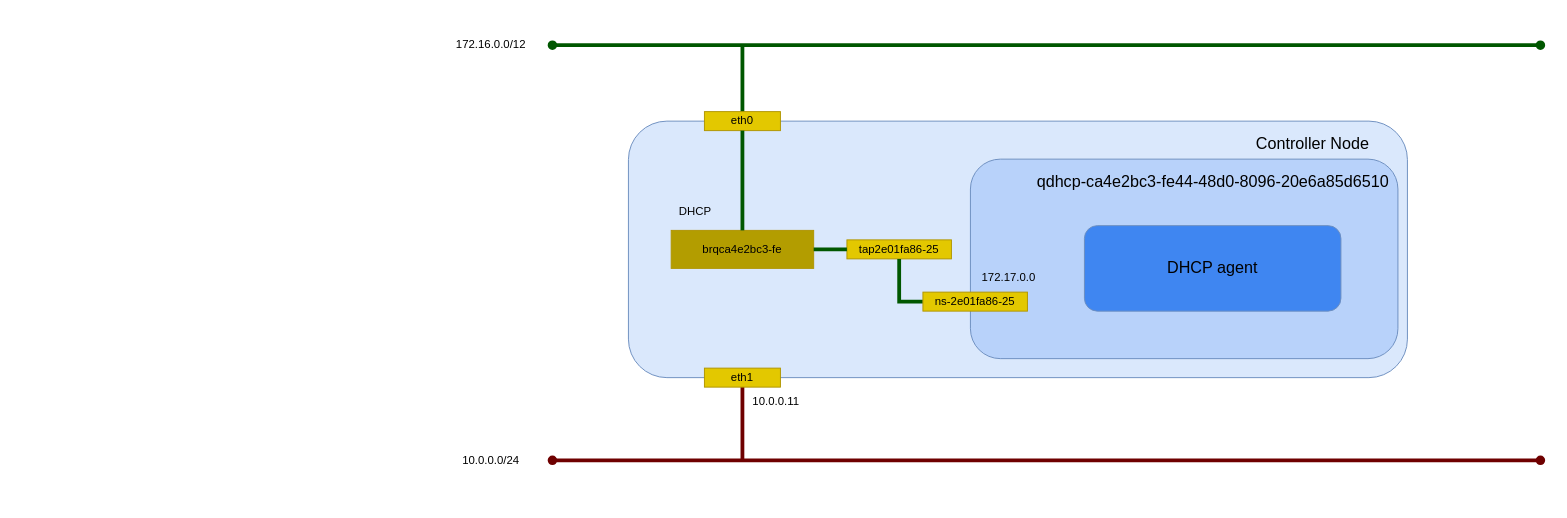
Earlier version of the draw.io diagram _static/image/network_flat_dhcpagent_linuxbridge.drawio (9506hqwy/openstack_study_notes). Source tidied: cells renumbered, new cells numbered last; positions are measured from the earlier drawing's top-left corner, leaving out a move shared by most shapes. Both pictures are drawn from the tidied source at 95%, with x=0, y=0 at pixel (443, 29).
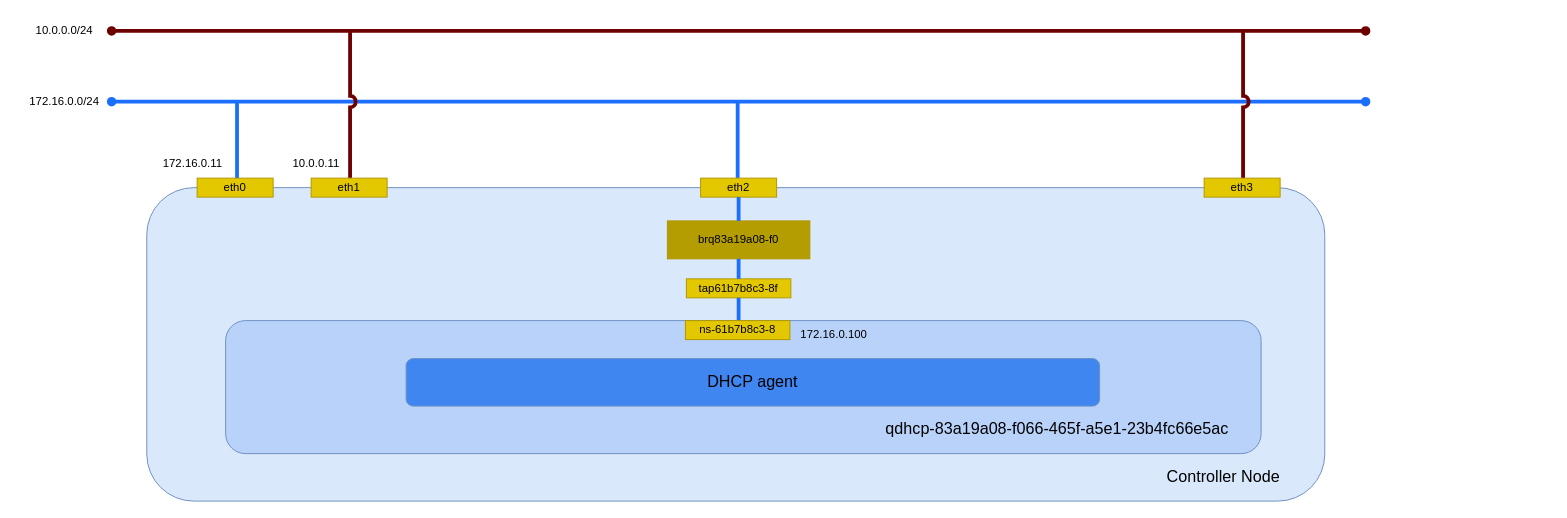
The same page after the edit.

What changed in the source:
```diff
@@
-    <mxCell id="2" style="endArrow=oval;html=1;rounded=0;startArrow=oval;startFill=1;endFill=1;strokeWidth=4;fillColor=#a20025;strokeColor=#6F0000;" parent="1" edge="1">
-      <mxGeometry relative="1" as="geometry">
-        <mxPoint x="115" y="453" as="sourcePoint" />
-        <mxPoint x="1155" y="453" as="targetPoint" />
-      </mxGeometry>
-    </mxCell>
-    <mxCell id="3" style="endArrow=oval;html=1;rounded=0;startArrow=oval;startFill=1;endFill=1;strokeWidth=4;fillColor=#008a00;strokeColor=#005700;" parent="1" edge="1">
-      <mxGeometry relative="1" as="geometry">
-        <mxPoint x="115" y="16" as="sourcePoint" />
-        <mxPoint x="1155" y="16" as="targetPoint" />
-      </mxGeometry>
-    </mxCell>
-    <mxCell id="4" value="172.16.0.0/12" style="text;html=1;align=center;verticalAlign=middle;strokeColor=none;fillColor=none;" parent="1" vertex="1">
-      <mxGeometry width="100" height="30" as="geometry" />
-    </mxCell>
+    <mxCell id="26" style="endArrow=oval;html=1;rounded=0;startArrow=oval;startFill=1;endFill=1;strokeWidth=4;fillColor=#a20025;strokeColor=#6F0000;" parent="1" edge="1">
+      <mxGeometry relative="1" as="geometry">
+        <mxPoint x="-349" y="1" as="sourcePoint" />
+        <mxPoint x="971" y="1" as="targetPoint" />
+      </mxGeometry>
+    </mxCell>
     <mxCell id="5" value="10.0.0.0/24" style="text;html=1;align=center;verticalAlign=middle;strokeColor=none;fillColor=none;" parent="1" vertex="1">
-      <mxGeometry x="10" y="438" width="80" height="30" as="geometry" />
+      <mxGeometry x="-439" y="-14" width="80" height="30" as="geometry" />
     </mxCell>
-    <mxCell id="6" style="endArrow=none;html=1;rounded=0;startArrow=none;startFill=0;endFill=0;strokeWidth=4;fillColor=#008a00;strokeColor=#005700;exitX=0.5;exitY=1;exitDx=0;exitDy=0;" parent="1" edge="1">
-      <mxGeometry relative="1" as="geometry">
-        <mxPoint x="315" y="16" as="sourcePoint" />
-        <mxPoint x="315" y="96" as="targetPoint" />
-      </mxGeometry>
-    </mxCell>
-    <mxCell id="7" style="endArrow=none;html=1;rounded=0;startArrow=none;startFill=0;endFill=0;strokeWidth=4;fillColor=#a20025;strokeColor=#6F0000;exitX=0.5;exitY=1;exitDx=0;exitDy=0;" parent="1" edge="1">
-      <mxGeometry relative="1" as="geometry">
-        <mxPoint x="315" y="373" as="sourcePoint" />
-        <mxPoint x="315" y="453" as="targetPoint" />
-      </mxGeometry>
-    </mxCell>
+    <mxCell id="27" style="endArrow=oval;html=1;rounded=0;startArrow=oval;startFill=1;endFill=1;strokeWidth=4;fillColor=#a20025;strokeColor=#1C6EFF;" parent="1" edge="1">
+      <mxGeometry relative="1" as="geometry">
+        <mxPoint x="-349" y="75.5" as="sourcePoint" />
+        <mxPoint x="971" y="75.5" as="targetPoint" />
+      </mxGeometry>
+    </mxCell>
+    <mxCell id="28" value="172.16.0.0/24" style="text;html=1;align=center;verticalAlign=middle;strokeColor=none;fillColor=none;" parent="1" vertex="1">
+      <mxGeometry x="-449" y="61" width="100" height="30" as="geometry" />
+    </mxCell>
+    <mxCell id="29" style="endArrow=none;html=1;rounded=0;startArrow=none;startFill=0;endFill=0;strokeWidth=4;fillColor=#a20025;strokeColor=#1C6EFF;jumpStyle=arc;" parent="1" edge="1">
+      <mxGeometry relative="1" as="geometry">
+        <mxPoint x="-217" y="76" as="sourcePoint" />
+        <mxPoint x="-217" y="156" as="targetPoint" />
+      </mxGeometry>
+    </mxCell>
+    <mxCell id="30" style="endArrow=none;html=1;rounded=0;startArrow=none;startFill=0;endFill=0;strokeWidth=4;fillColor=#a20025;strokeColor=#1C6EFF;jumpStyle=arc;" parent="1" edge="1">
+      <mxGeometry relative="1" as="geometry">
+        <mxPoint x="310" y="76" as="sourcePoint" />
+        <mxPoint x="310" y="156" as="targetPoint" />
+      </mxGeometry>
+    </mxCell>
+    <mxCell id="31" style="endArrow=none;html=1;rounded=0;startArrow=none;startFill=0;endFill=0;strokeWidth=4;fillColor=#a20025;strokeColor=#6F0000;jumpStyle=arc;" parent="1" edge="1">
+      <mxGeometry relative="1" as="geometry">
+        <mxPoint x="842" y="2" as="sourcePoint" />
+        <mxPoint x="842" y="156" as="targetPoint" />
+      </mxGeometry>
+    </mxCell>
+    <mxCell id="32" style="endArrow=none;html=1;rounded=0;startArrow=none;startFill=0;endFill=0;strokeWidth=4;fillColor=#a20025;strokeColor=#6F0000;jumpStyle=arc;" parent="1" edge="1">
+      <mxGeometry relative="1" as="geometry">
+        <mxPoint x="-98" as="sourcePoint" />
+        <mxPoint x="-98" y="156" as="targetPoint" />
+      </mxGeometry>
+    </mxCell>
@@
-    <mxCell id="9" style="rounded=1;whiteSpace=wrap;html=1;fillColor=#dae8fc;strokeColor=#6c8ebf;align=center;horizontal=1;" parent="8" vertex="1">
-      <mxGeometry x="195" y="96" width="820" height="270" as="geometry" />
-    </mxCell>
+    <mxCell id="33" style="rounded=1;whiteSpace=wrap;html=1;fillColor=#dae8fc;strokeColor=#6c8ebf;" parent="8" vertex="1">
+      <mxGeometry x="-312" y="166" width="1240" height="330" as="geometry" />
+    </mxCell>
     <mxCell id="10" value="eth1" style="rounded=0;whiteSpace=wrap;html=1;fillColor=#e3c800;fontColor=#000000;strokeColor=#B09500;" parent="8" vertex="1">
-      <mxGeometry x="275" y="356" width="80" height="20" as="geometry" />
+      <mxGeometry x="-139" y="156" width="80" height="20" as="geometry" />
     </mxCell>
     <mxCell id="11" value="eth0" style="rounded=0;whiteSpace=wrap;html=1;fillColor=#e3c800;fontColor=#000000;strokeColor=#B09500;" parent="8" vertex="1">
-      <mxGeometry x="275" y="86" width="80" height="20" as="geometry" />
+      <mxGeometry x="-259" y="156" width="80" height="20" as="geometry" />
     </mxCell>
+    <mxCell id="34" value="172.16.0.11" style="text;html=1;align=center;verticalAlign=middle;strokeColor=none;fillColor=none;" parent="8" vertex="1">
+      <mxGeometry x="-309" y="126" width="90" height="30" as="geometry" />
+    </mxCell>
+    <mxCell id="35" value="eth2" style="rounded=0;whiteSpace=wrap;html=1;fillColor=#e3c800;fontColor=#000000;strokeColor=#B09500;" parent="8" vertex="1">
+      <mxGeometry x="271" y="156" width="80" height="20" as="geometry" />
+    </mxCell>
+    <mxCell id="36" value="&lt;div&gt;eth3&lt;/div&gt;" style="rounded=0;whiteSpace=wrap;html=1;fillColor=#e3c800;fontColor=#000000;strokeColor=#B09500;" parent="8" vertex="1">
+      <mxGeometry x="801" y="156" width="80" height="20" as="geometry" />
+    </mxCell>
     <mxCell id="12" value="10.0.0.11" style="text;html=1;align=center;verticalAlign=middle;strokeColor=none;fillColor=none;" parent="8" vertex="1">
-      <mxGeometry x="315" y="376" width="70" height="30" as="geometry" />
+      <mxGeometry x="-169" y="126" width="70" height="30" as="geometry" />
     </mxCell>
-    <mxCell id="13" value="DHCP" style="text;html=1;align=center;verticalAlign=middle;strokeColor=none;fillColor=none;" parent="8" vertex="1">
-      <mxGeometry x="235" y="176" width="60" height="30" as="geometry" />
-    </mxCell>
     <mxCell id="14" value="&lt;font style=&quot;font-size: 17px;&quot;&gt;Controller Node&lt;/font&gt;" style="text;html=1;align=center;verticalAlign=middle;strokeColor=none;fillColor=none;" parent="8" vertex="1">
-      <mxGeometry x="845" y="106" width="140" height="30" as="geometry" />
+      <mxGeometry x="751" y="456" width="140" height="30" as="geometry" />
     </mxCell>
-    <mxCell id="15" value="brqca4e2bc3-fe" style="rounded=0;whiteSpace=wrap;html=1;fillColor=#B39D00;fontColor=#000000;strokeColor=#B09500;" parent="8" vertex="1">
-      <mxGeometry x="240" y="211" width="150" height="40" as="geometry" />
+    <mxCell id="15" value="brq83a19a08-f0" style="rounded=0;whiteSpace=wrap;html=1;fillColor=#B39D00;fontColor=#000000;strokeColor=#B09500;" parent="8" vertex="1">
+      <mxGeometry x="236" y="201" width="150" height="40" as="geometry" />
     </mxCell>
-    <mxCell id="16" style="endArrow=none;html=1;rounded=0;startArrow=none;startFill=0;endFill=0;strokeWidth=4;fillColor=#008a00;strokeColor=#005700;exitX=0.5;exitY=1;exitDx=0;exitDy=0;entryX=0.5;entryY=0;entryDx=0;entryDy=0;" parent="8" edge="1" target="15">
-      <mxGeometry relative="1" as="geometry">
-        <mxPoint x="315" y="106" as="sourcePoint" />
-      </mxGeometry>
-    </mxCell>
-    <mxCell id="17" value="tap2e01fa86-25" style="rounded=0;whiteSpace=wrap;html=1;fillColor=#e3c800;fontColor=#000000;strokeColor=#B09500;" parent="8" vertex="1">
-      <mxGeometry x="425" y="221" width="110" height="20" as="geometry" />
+    <mxCell id="17" value="tap61b7b8c3-8f" style="rounded=0;whiteSpace=wrap;html=1;fillColor=#e3c800;fontColor=#000000;strokeColor=#B09500;" parent="8" vertex="1">
+      <mxGeometry x="256" y="262" width="110" height="20" as="geometry" />
     </mxCell>
+    <mxCell id="37" style="endArrow=none;html=1;rounded=0;startArrow=none;startFill=0;endFill=0;strokeWidth=4;fillColor=#a20025;strokeColor=#1C6EFF;jumpStyle=arc;entryX=0.5;entryY=0;entryDx=0;entryDy=0;exitX=0.5;exitY=1;exitDx=0;exitDy=0;" parent="8" edge="1" source="35" target="15">
+      <mxGeometry relative="1" as="geometry" />
+    </mxCell>
-    <mxCell id="18" style="endArrow=none;html=1;rounded=0;startArrow=none;startFill=0;endFill=0;strokeWidth=4;fillColor=#008a00;strokeColor=#005700;exitX=1;exitY=0.5;exitDx=0;exitDy=0;entryX=0;entryY=0.5;entryDx=0;entryDy=0;" parent="8" edge="1" source="15" target="17">
+    <mxCell id="18" style="endArrow=none;html=1;rounded=0;startArrow=none;startFill=0;endFill=0;strokeWidth=4;fillColor=#a20025;strokeColor=#1C6EFF;jumpStyle=arc;entryX=0.5;entryY=0;entryDx=0;entryDy=0;exitX=0.5;exitY=1;exitDx=0;exitDy=0;" parent="8" edge="1" source="15" target="17">
       <mxGeometry relative="1" as="geometry" />
     </mxCell>
-    <mxCell id="19" style="endArrow=none;html=1;rounded=0;startArrow=none;startFill=0;endFill=0;strokeWidth=4;fillColor=#008a00;strokeColor=#005700;exitX=0.5;exitY=1;exitDx=0;exitDy=0;entryX=0.378;entryY=0.704;entryDx=0;entryDy=0;entryPerimeter=0;" parent="8" edge="1" source="17" target="9">
-      <mxGeometry relative="1" as="geometry">
-        <Array as="points">
-          <mxPoint x="480" y="286" />
-        </Array>
-      </mxGeometry>
-    </mxCell>
+    <mxCell id="38" style="endArrow=none;html=1;rounded=0;startArrow=none;startFill=0;endFill=0;strokeWidth=4;fillColor=#a20025;strokeColor=#1C6EFF;jumpStyle=arc;exitX=0.5;exitY=1;exitDx=0;exitDy=0;" parent="8" edge="1">
+      <mxGeometry relative="1" as="geometry">
+        <mxPoint x="311" y="282" as="sourcePoint" />
+        <mxPoint x="311" y="306" as="targetPoint" />
+      </mxGeometry>
+    </mxCell>
@@
     <mxCell id="21" style="rounded=1;whiteSpace=wrap;html=1;fillColor=#b8d2fa;strokeColor=#6c8ebf;align=center;horizontal=1;" parent="20" vertex="1">
-      <mxGeometry x="555" y="136" width="450" height="210" as="geometry" />
+      <mxGeometry x="-229" y="306" width="1090" height="140" as="geometry" />
     </mxCell>
-    <mxCell id="22" value="&lt;font style=&quot;font-size: 17px;&quot;&gt;qdhcp-ca4e2bc3-fe44-48d0-8096-20e6a85d6510&lt;/font&gt;" style="text;html=1;align=center;verticalAlign=middle;strokeColor=none;fillColor=none;" parent="20" vertex="1">
-      <mxGeometry x="615" y="146" width="390" height="30" as="geometry" />
+    <mxCell id="22" value="&lt;font style=&quot;font-size: 17px;&quot;&gt;qdhcp-83a19a08-f066-465f-a5e1-23b4fc66e5ac&lt;/font&gt;" style="text;html=1;align=center;verticalAlign=middle;strokeColor=none;fillColor=none;" parent="20" vertex="1">
+      <mxGeometry x="456" y="406" width="380" height="30" as="geometry" />
     </mxCell>
-    <mxCell id="23" value="ns-2e01fa86-25" style="rounded=0;whiteSpace=wrap;html=1;fillColor=#e3c800;fontColor=#000000;strokeColor=#B09500;" parent="20" vertex="1">
-      <mxGeometry x="505" y="276" width="110" height="20" as="geometry" />
-    </mxCell>
-    <mxCell id="24" value="172.17.0.0" style="text;html=1;align=center;verticalAlign=middle;strokeColor=none;fillColor=none;" parent="20" vertex="1">
-      <mxGeometry x="555" y="246" width="80" height="30" as="geometry" />
+    <mxCell id="24" value="172.16.0.100" style="text;html=1;align=center;verticalAlign=middle;strokeColor=none;fillColor=none;" parent="20" vertex="1">
+      <mxGeometry x="361" y="306" width="100" height="30" as="geometry" />
     </mxCell>
     <mxCell id="25" value="&lt;font style=&quot;font-size: 17px;&quot;&gt;DHCP agent&lt;/font&gt;" style="rounded=1;whiteSpace=wrap;html=1;fillColor=#3f86f1;strokeColor=#6c8ebf;align=center;horizontal=1;" parent="20" vertex="1">
-      <mxGeometry x="675" y="206" width="270" height="90" as="geometry" />
+      <mxGeometry x="-39" y="346" width="730" height="50" as="geometry" />
     </mxCell>
+    <mxCell id="23" value="ns-61b7b8c3-8" style="rounded=0;whiteSpace=wrap;html=1;fillColor=#e3c800;fontColor=#000000;strokeColor=#B09500;" parent="20" vertex="1">
+      <mxGeometry x="255" y="306" width="110" height="20" as="geometry" />
+    </mxCell>
```
